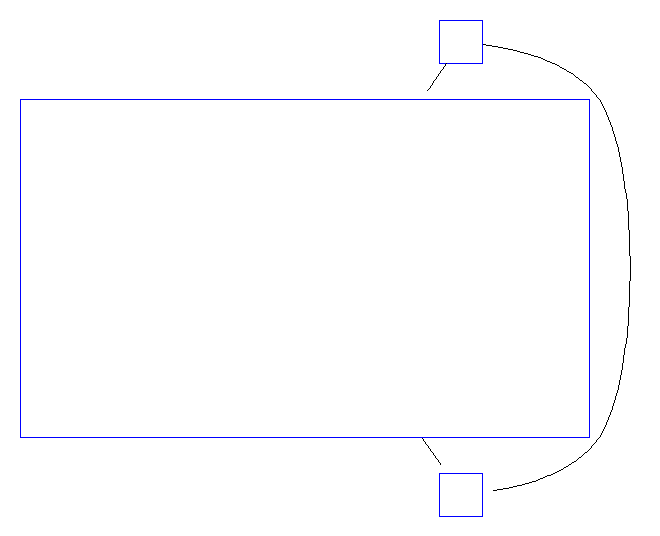
plantuml/smetana keeps this Graphviz diagram as foo1.png. Above is the earlier version. Its source is kept beside it as foo1.dot.
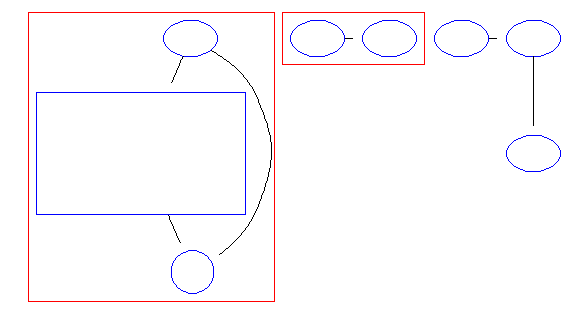
After the change.

The edit, as a diff of the source:
```diff
@@ -1,8 +1,20 @@
-digraph {
- cl0001 [shape=box, width=7.9, height=4.7]
- cl0002 [shape=box, width=0.6, height=0.6]
- cl0004 [shape=box, width=0.6, height=0.6]
- cl0002->cl0001
- cl0001->cl0004
- cl0002->cl0004
+digraph foo {
+ subgraph cluster02 {
+ cl1 [shape=box, width=2.9, height=1.7];
+ cl2;
+ cl4 [width=0.6, height=0.6];
+ cl2->cl1;
+ cl1->cl4;
+ cl2->cl4;
+ }
+ subgraph cluster01 {
+   in1;
+   in2;
+   in1 -> in2 [minlen=0];
+ }
+ N1;
+ N2;
+ N3;
+ N1->N2 [minlen=0];
+ N2->N3;
 }
```
